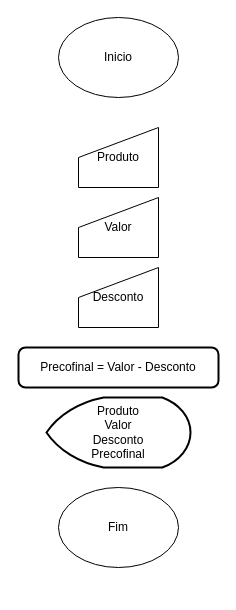
Above: Diagrama sem nome.drawio in LuizVS/Test (draw.io), before the change. Source tidied: cells renumbered, new cells numbered last; positions are measured from the earlier drawing's top-left corner, leaving out a move shared by most shapes. Both pictures are drawn from the tidied source at 100%, with x=0, y=0 at pixel (18, 17).
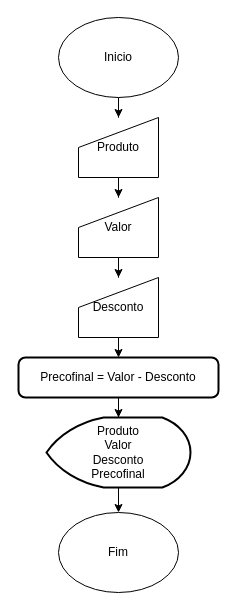
The same diagram, later.

Diff of the diagram source:
```diff
@@
 <mxGraphModel>
   <root>
     <mxCell id="0" />
     <mxCell id="1" parent="0" />
+    <mxCell id="9" style="edgeStyle=orthogonalEdgeStyle;rounded=0;jettySize=auto;html=1;" parent="1" edge="1" source="2" target="4">
+      <mxGeometry relative="1" as="geometry" />
+    </mxCell>
     <mxCell id="2" value="Inicio" style="ellipse;whiteSpace=wrap;html=1;" parent="1" vertex="1">
       <mxGeometry x="40" width="120" height="80" as="geometry" />
     </mxCell>
     <mxCell id="3" value="Fim" style="ellipse;whiteSpace=wrap;html=1;" parent="1" vertex="1">
-      <mxGeometry x="40" y="470" width="120" height="80" as="geometry" />
+      <mxGeometry x="40" y="495" width="120" height="80" as="geometry" />
     </mxCell>
+    <mxCell id="10" style="edgeStyle=orthogonalEdgeStyle;rounded=0;jettySize=auto;html=1;exitX=0.5;exitY=1;exitDx=0;exitDy=0;" parent="1" edge="1" source="4" target="5">
+      <mxGeometry relative="1" as="geometry" />
+    </mxCell>
     <mxCell id="4" value="Produto" style="shape=manualInput;whiteSpace=wrap;html=1;" parent="1" vertex="1">
-      <mxGeometry x="60" y="110" width="80" height="60" as="geometry" />
+      <mxGeometry x="60" y="100" width="80" height="60" as="geometry" />
     </mxCell>
+    <mxCell id="11" style="edgeStyle=orthogonalEdgeStyle;rounded=0;jettySize=auto;html=1;exitX=0.5;exitY=1;exitDx=0;exitDy=0;" parent="1" edge="1" source="5" target="6">
+      <mxGeometry relative="1" as="geometry" />
+    </mxCell>
     <mxCell id="5" value="Valor" style="shape=manualInput;whiteSpace=wrap;html=1;" parent="1" vertex="1">
       <mxGeometry x="60" y="180" width="80" height="60" as="geometry" />
     </mxCell>
+    <mxCell id="12" style="edgeStyle=orthogonalEdgeStyle;rounded=0;jettySize=auto;html=1;exitX=0.5;exitY=1;exitDx=0;exitDy=0;entryX=0.5;entryY=0;entryDx=0;entryDy=0;" parent="1" edge="1" source="6" target="7">
+      <mxGeometry relative="1" as="geometry" />
+    </mxCell>
     <mxCell id="6" value="Desconto" style="shape=manualInput;whiteSpace=wrap;html=1;" parent="1" vertex="1">
-      <mxGeometry x="60" y="250" width="80" height="60" as="geometry" />
+      <mxGeometry x="60" y="260" width="80" height="60" as="geometry" />
     </mxCell>
+    <mxCell id="13" style="edgeStyle=orthogonalEdgeStyle;rounded=0;jettySize=auto;html=1;exitX=0.5;exitY=1;exitDx=0;exitDy=0;" parent="1" edge="1" source="7" target="8">
+      <mxGeometry relative="1" as="geometry" />
+    </mxCell>
     <mxCell id="7" value="Precofinal = Valor - Desconto" style="rounded=1;whiteSpace=wrap;html=1;absoluteArcSize=1;arcSize=14;strokeWidth=2;" parent="1" vertex="1">
-      <mxGeometry y="330" width="200" height="40" as="geometry" />
+      <mxGeometry y="340" width="200" height="40" as="geometry" />
     </mxCell>
+    <mxCell id="14" style="edgeStyle=orthogonalEdgeStyle;rounded=0;jettySize=auto;html=1;exitX=0.5;exitY=1;exitDx=0;exitDy=0;exitPerimeter=0;" parent="1" edge="1" source="8" target="3">
+      <mxGeometry relative="1" as="geometry" />
+    </mxCell>
     <mxCell id="8" value="Produto&lt;br&gt;Valor&lt;br&gt;Desconto&lt;br&gt;Precofinal" style="strokeWidth=2;html=1;shape=mxgraph.flowchart.display;whiteSpace=wrap;" parent="1" vertex="1">
-      <mxGeometry x="28" y="380" width="144" height="70" as="geometry" />
+      <mxGeometry x="28" y="400" width="144" height="70" as="geometry" />
     </mxCell>
   </root>
 </mxGraphModel>
```
